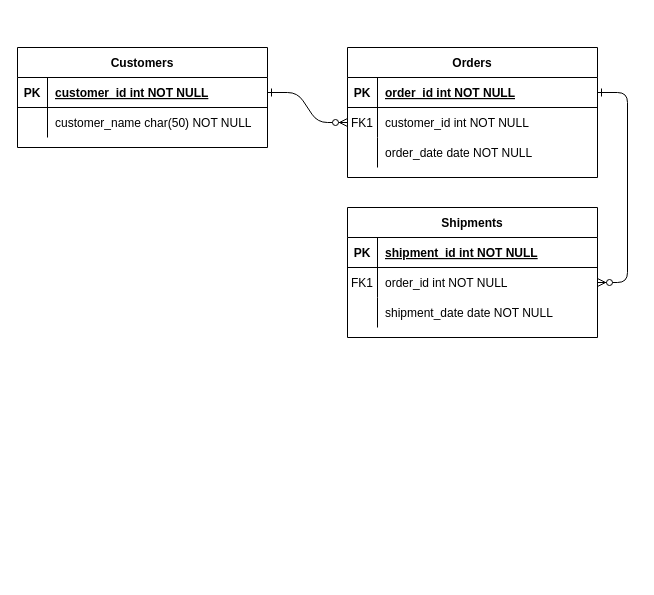
This is milestone1.drawio from melichar-m/cst345, a draw.io file, before an edit. Source tidied: cells renumbered, new cells numbered last; positions are measured from the earlier drawing's top-left corner, leaving out a move shared by most shapes. Both pictures are drawn from the tidied source at 100%, with x=0, y=0 at pixel (17, 47).
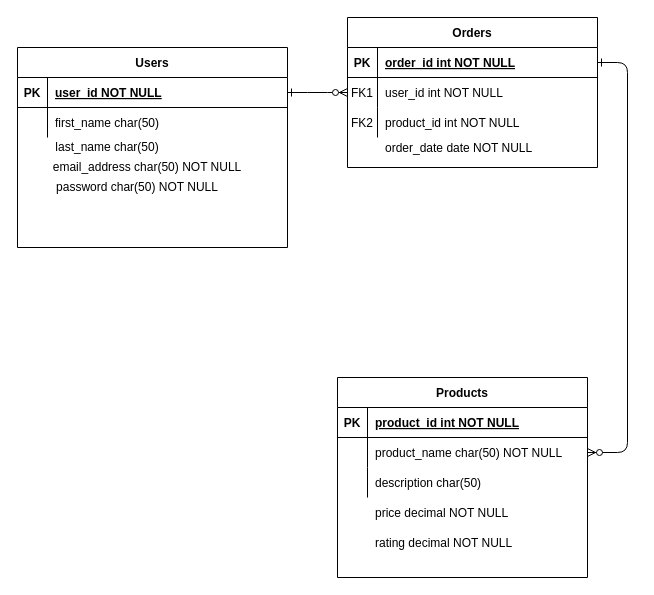
After the change.

The change refers to these unchanged cells:
```xml
<mxCell id="8" style="shape=partialRectangle;fillColor=none;points=[[0,0.5],[1,0.5]];portConstraint=eastwest;top=0;left=0;right=0;bottom=0;" parent="4" vertex="1">
  <mxGeometry y="60" width="250" height="30" as="geometry" />
</mxCell>
<mxCell id="11" style="shape=partialRectangle;fillColor=none;top=0;left=0;right=0;bottom=0;" parent="4" vertex="1">
  <mxGeometry y="90" width="250" height="30" as="geometry" />
</mxCell>
<mxCell id="15" style="shape=partialRectangle;fillColor=none;top=0;left=0;right=0;bottom=1;" parent="14" vertex="1">
  <mxGeometry y="30" width="250" height="30" as="geometry" />
</mxCell>
<mxCell id="18" style="shape=partialRectangle;fillColor=none;points=[[0,0.5],[1,0.5]];portConstraint=eastwest;top=0;left=0;right=0;bottom=0;" parent="14" vertex="1">
  <mxGeometry y="60" width="250" height="30" as="geometry" />
</mxCell>
<mxCell id="21" style="shape=partialRectangle;fillColor=none;top=0;left=0;right=0;bottom=0;" parent="14" vertex="1">
  <mxGeometry y="90" width="250" height="30" as="geometry" />
</mxCell>
```

Change to the diagram source:
```diff
@@
     <mxCell id="4" value="Orders" style="shape=table;startSize=30;childLayout=tableLayout;rowLines=0;fontStyle=1;align=center;" parent="1" vertex="1">
-      <mxGeometry x="330" width="250" height="130" as="geometry" />
+      <mxGeometry x="330" y="-30" width="250" height="150" as="geometry" />
     </mxCell>
@@
-    <mxCell id="10" value="customer_id int NOT NULL" style="shape=partialRectangle;overflow=hidden;fillColor=none;top=0;left=0;bottom=0;right=0;align=left;spacingLeft=6;" parent="8" vertex="1">
+    <mxCell id="10" value="user_id int NOT NULL" style="shape=partialRectangle;overflow=hidden;fillColor=none;top=0;left=0;bottom=0;right=0;align=left;spacingLeft=6;" parent="8" vertex="1">
       <mxGeometry x="30" width="220" height="30" as="geometry" />
     </mxCell>
@@
-    <mxCell id="12" style="shape=partialRectangle;overflow=hidden;fillColor=none;top=0;left=0;bottom=0;right=0;" parent="11" vertex="1">
+    <mxCell id="12" value="FK2" style="shape=partialRectangle;overflow=hidden;fillColor=none;top=0;left=0;bottom=0;right=0;" parent="11" vertex="1">
       <mxGeometry width="30" height="30" as="geometry" />
     </mxCell>
-    <mxCell id="13" value="order_date date NOT NULL" style="shape=partialRectangle;overflow=hidden;fillColor=none;top=0;left=0;bottom=0;right=0;align=left;spacingLeft=6;" parent="11" vertex="1">
+    <mxCell id="13" value="product_id int NOT NULL" style="shape=partialRectangle;overflow=hidden;fillColor=none;top=0;left=0;bottom=0;right=0;align=left;spacingLeft=6;" parent="11" vertex="1">
       <mxGeometry x="30" width="220" height="30" as="geometry" />
     </mxCell>
-    <mxCell id="14" value="Shipments" style="shape=table;startSize=30;childLayout=tableLayout;rowLines=0;fontStyle=1;align=center;" parent="1" vertex="1">
-      <mxGeometry x="330" y="160" width="250" height="130" as="geometry" />
+    <mxCell id="14" value="Products" style="shape=table;startSize=30;childLayout=tableLayout;rowLines=0;fontStyle=1;align=center;" parent="1" vertex="1">
+      <mxGeometry x="320" y="330" width="250" height="200" as="geometry" />
     </mxCell>
@@
-    <mxCell id="17" value="shipment_id int NOT NULL " style="shape=partialRectangle;overflow=hidden;fillColor=none;top=0;left=0;bottom=0;right=0;align=left;spacingLeft=6;fontStyle=5;" parent="15" vertex="1">
+    <mxCell id="17" value="product_id int NOT NULL" style="shape=partialRectangle;overflow=hidden;fillColor=none;top=0;left=0;bottom=0;right=0;align=left;spacingLeft=6;fontStyle=5;" parent="15" vertex="1">
       <mxGeometry x="30" width="220" height="30" as="geometry" />
     </mxCell>
@@
-    <mxCell id="19" value="FK1" style="shape=partialRectangle;overflow=hidden;fillColor=none;top=0;left=0;bottom=0;right=0;" parent="18" vertex="1">
+    <mxCell id="19" style="shape=partialRectangle;overflow=hidden;fillColor=none;top=0;left=0;bottom=0;right=0;" parent="18" vertex="1">
       <mxGeometry width="30" height="30" as="geometry" />
     </mxCell>
-    <mxCell id="20" value="order_id int NOT NULL" style="shape=partialRectangle;overflow=hidden;fillColor=none;top=0;left=0;bottom=0;right=0;align=left;spacingLeft=6;" parent="18" vertex="1">
+    <mxCell id="20" value="product_name char(50) NOT NULL" style="shape=partialRectangle;overflow=hidden;fillColor=none;top=0;left=0;bottom=0;right=0;align=left;spacingLeft=6;" parent="18" vertex="1">
       <mxGeometry x="30" width="220" height="30" as="geometry" />
     </mxCell>
@@
-    <mxCell id="23" value="shipment_date date NOT NULL" style="shape=partialRectangle;overflow=hidden;fillColor=none;top=0;left=0;bottom=0;right=0;align=left;spacingLeft=6;" parent="21" vertex="1">
+    <mxCell id="23" value="description char(50)" style="shape=partialRectangle;overflow=hidden;fillColor=none;top=0;left=0;bottom=0;right=0;align=left;spacingLeft=6;" parent="21" vertex="1">
       <mxGeometry x="30" width="220" height="30" as="geometry" />
     </mxCell>
-    <mxCell id="24" value="Customers" style="shape=table;startSize=30;childLayout=tableLayout;rowLines=0;fontStyle=1;align=center;" parent="1" vertex="1">
-      <mxGeometry width="250" height="100" as="geometry" />
+    <mxCell id="24" value="Users" style="shape=table;startSize=30;childLayout=tableLayout;rowLines=0;fontStyle=1;align=center;" parent="1" vertex="1">
+      <mxGeometry width="270" height="200" as="geometry" />
     </mxCell>
     <mxCell id="25" style="shape=partialRectangle;fillColor=none;points=[[0,0.5],[1,0.5]];portConstraint=eastwest;top=0;left=0;right=0;bottom=1;" parent="24" vertex="1">
-      <mxGeometry y="30" width="250" height="30" as="geometry" />
+      <mxGeometry y="30" width="270" height="30" as="geometry" />
     </mxCell>
@@
-    <mxCell id="27" value="customer_id int NOT NULL " style="shape=partialRectangle;overflow=hidden;fillColor=none;top=0;left=0;bottom=0;right=0;align=left;spacingLeft=6;fontStyle=5;" parent="25" vertex="1">
-      <mxGeometry x="30" width="220" height="30" as="geometry" />
+    <mxCell id="27" value="user_id NOT NULL" style="shape=partialRectangle;overflow=hidden;fillColor=none;top=0;left=0;bottom=0;right=0;align=left;spacingLeft=6;fontStyle=5;" parent="25" vertex="1">
+      <mxGeometry x="30" width="240" height="30" as="geometry" />
     </mxCell>
     <mxCell id="28" style="shape=partialRectangle;fillColor=none;top=0;left=0;right=0;bottom=0;" parent="24" vertex="1">
-      <mxGeometry y="60" width="250" height="30" as="geometry" />
+      <mxGeometry y="60" width="270" height="30" as="geometry" />
     </mxCell>
@@
-    <mxCell id="30" value="customer_name char(50) NOT NULL" style="shape=partialRectangle;overflow=hidden;fillColor=none;top=0;left=0;bottom=0;right=0;align=left;spacingLeft=6;" parent="28" vertex="1">
-      <mxGeometry x="30" width="220" height="30" as="geometry" />
+    <mxCell id="30" value="first_name char(50) " style="shape=partialRectangle;overflow=hidden;fillColor=none;top=0;left=0;bottom=0;right=0;align=left;spacingLeft=6;" parent="28" vertex="1">
+      <mxGeometry x="30" width="240" height="30" as="geometry" />
     </mxCell>
+    <mxCell id="31" value="last_name char(50)" style="text;html=1;strokeColor=none;fillColor=none;align=center;verticalAlign=middle;whiteSpace=wrap;rounded=0;" parent="1" vertex="1">
+      <mxGeometry y="90" width="180" height="20" as="geometry" />
+    </mxCell>
+    <mxCell id="32" value="email_address char(50) NOT NULL" style="text;html=1;strokeColor=none;fillColor=none;align=center;verticalAlign=middle;whiteSpace=wrap;rounded=0;" parent="1" vertex="1">
+      <mxGeometry x="10" y="110" width="240" height="20" as="geometry" />
+    </mxCell>
+    <mxCell id="33" value="password char(50) NOT NULL" style="text;html=1;strokeColor=none;fillColor=none;align=center;verticalAlign=middle;whiteSpace=wrap;rounded=0;" parent="1" vertex="1">
+      <mxGeometry x="30" y="130" width="180" height="20" as="geometry" />
+    </mxCell>
+    <mxCell id="34" value="order_date date NOT NULL" style="shape=partialRectangle;overflow=hidden;fillColor=none;top=0;left=0;bottom=0;right=0;align=left;spacingLeft=6;" parent="1" vertex="1">
+      <mxGeometry x="360" y="85" width="220" height="30" as="geometry" />
+    </mxCell>
+    <mxCell id="35" value="price decimal NOT NULL" style="shape=partialRectangle;overflow=hidden;fillColor=none;top=0;left=0;bottom=0;right=0;align=left;spacingLeft=6;" parent="1" vertex="1">
+      <mxGeometry x="350" y="450" width="220" height="30" as="geometry" />
+    </mxCell>
+    <mxCell id="36" value="rating decimal NOT NULL" style="shape=partialRectangle;overflow=hidden;fillColor=none;top=0;left=0;bottom=0;right=0;align=left;spacingLeft=6;" parent="1" vertex="1">
+      <mxGeometry x="350" y="480" width="220" height="30" as="geometry" />
+    </mxCell>
```
